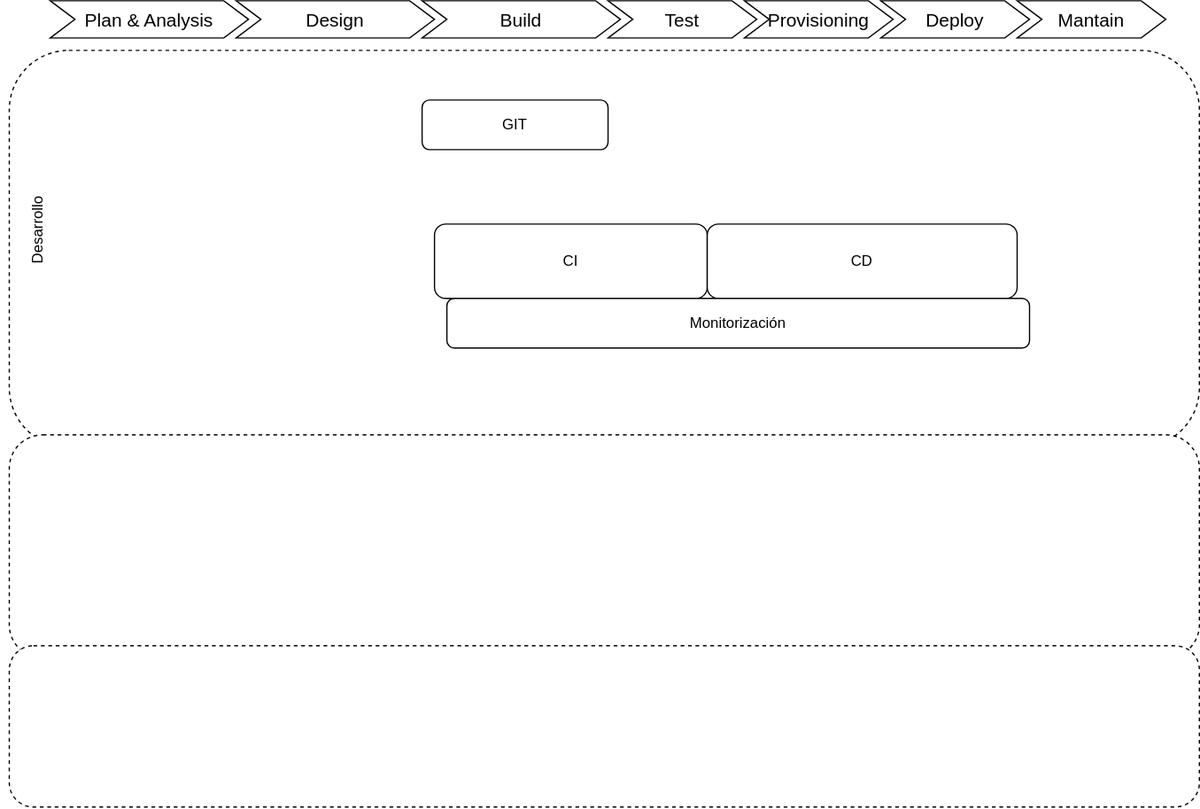
pabpereza/pabpereza keeps this draw.io diagram as blog/devsecops_recomendaciones_2025/devsecops_roadmap_2025.drawio.svg. Above is the earlier version. Source tidied: cells renumbered, new cells last; positions are measured from the earlier drawing's top-left corner, leaving out a move shared by most shapes. The source it was exported from:
```xml
<mxGraphModel>
  <root>
    <mxCell id="0" />
    <mxCell id="1" parent="0" />
    <mxCell id="2" style="rounded=1;whiteSpace=wrap;html=1;dashed=1;align=right;horizontal=1;labelPosition=left;verticalLabelPosition=middle;verticalAlign=middle;" parent="1" vertex="1">
      <mxGeometry x="7" y="40" width="960" height="320" as="geometry" />
    </mxCell>
    <mxCell id="3" value="GIT" style="rounded=1;whiteSpace=wrap;html=1;" parent="1" vertex="1">
      <mxGeometry x="340" y="80" width="150" height="40" as="geometry" />
    </mxCell>
    <mxCell id="4" value="CI" style="rounded=1;whiteSpace=wrap;html=1;" parent="1" vertex="1">
      <mxGeometry x="350" y="180" width="220" height="60" as="geometry" />
    </mxCell>
    <mxCell id="5" value="CD" style="rounded=1;whiteSpace=wrap;html=1;" parent="1" vertex="1">
      <mxGeometry x="570" y="180" width="250" height="60" as="geometry" />
    </mxCell>
    <mxCell id="6" value="Monitorización" style="rounded=1;whiteSpace=wrap;html=1;" parent="1" vertex="1">
      <mxGeometry x="360" y="240" width="470" height="40" as="geometry" />
    </mxCell>
    <mxCell id="7" value="Design" style="shape=step;perimeter=stepPerimeter;whiteSpace=wrap;html=1;fixedSize=1;fontSize=15;" parent="1" vertex="1">
      <mxGeometry x="190" width="160" height="30" as="geometry" />
    </mxCell>
    <mxCell id="8" value="Build" style="shape=step;perimeter=stepPerimeter;whiteSpace=wrap;html=1;fixedSize=1;fontSize=15;" parent="1" vertex="1">
      <mxGeometry x="340" width="160" height="30" as="geometry" />
    </mxCell>
    <mxCell id="9" value="Test" style="shape=step;perimeter=stepPerimeter;whiteSpace=wrap;html=1;fixedSize=1;fontSize=15;" parent="1" vertex="1">
      <mxGeometry x="490" width="120" height="30" as="geometry" />
    </mxCell>
    <mxCell id="10" value="Provisioning" style="shape=step;perimeter=stepPerimeter;whiteSpace=wrap;html=1;fixedSize=1;fontSize=15;" parent="1" vertex="1">
      <mxGeometry x="600" width="120" height="30" as="geometry" />
    </mxCell>
    <mxCell id="11" value="Deploy" style="shape=step;perimeter=stepPerimeter;whiteSpace=wrap;html=1;fixedSize=1;fontSize=15;" parent="1" vertex="1">
      <mxGeometry x="710" width="120" height="30" as="geometry" />
    </mxCell>
    <mxCell id="12" value="Mantain" style="shape=step;perimeter=stepPerimeter;whiteSpace=wrap;html=1;fixedSize=1;fontSize=15;" parent="1" vertex="1">
      <mxGeometry x="820" width="120" height="30" as="geometry" />
    </mxCell>
    <mxCell id="13" value="Plan &amp;amp; Analysis" style="shape=step;perimeter=stepPerimeter;whiteSpace=wrap;html=1;fixedSize=1;fontSize=15;" parent="1" vertex="1">
      <mxGeometry x="40" width="160" height="30" as="geometry" />
    </mxCell>
    <mxCell id="14" value="Desarrollo" style="text;html=1;align=center;verticalAlign=middle;whiteSpace=wrap;rounded=0;horizontal=0;" parent="1" vertex="1">
      <mxGeometry y="170" width="60" height="30" as="geometry" />
    </mxCell>
    <mxCell id="15" style="rounded=1;whiteSpace=wrap;html=1;dashed=1;align=right;horizontal=1;labelPosition=left;verticalLabelPosition=middle;verticalAlign=middle;" parent="1" vertex="1">
      <mxGeometry x="7" y="350" width="960" height="180" as="geometry" />
    </mxCell>
    <mxCell id="16" style="rounded=1;whiteSpace=wrap;html=1;dashed=1;align=right;horizontal=1;labelPosition=left;verticalLabelPosition=middle;verticalAlign=middle;" parent="1" vertex="1">
      <mxGeometry x="7" y="520" width="960" height="130" as="geometry" />
    </mxCell>
  </root>
</mxGraphModel>
```
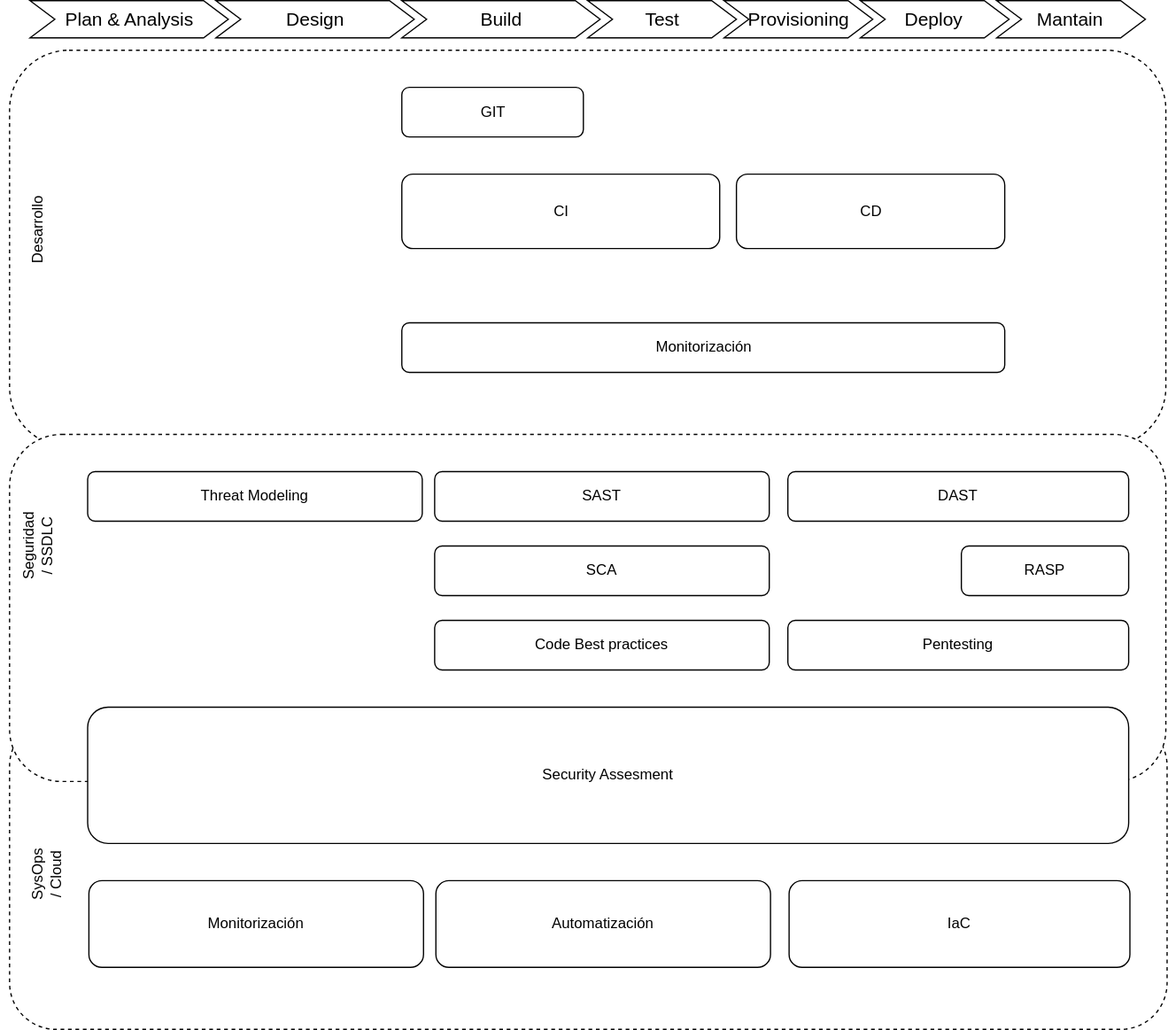
After the change.

Commit message:
DevSecOps diagram

Diff of the diagram source:
```diff
@@ -2,50 +2,89 @@
   <root>
     <mxCell id="0" />
     <mxCell id="1" parent="0" />
+    <mxCell id="16" value="&amp;nbsp;" style="rounded=1;whiteSpace=wrap;html=1;dashed=1;align=right;horizontal=1;labelPosition=left;verticalLabelPosition=middle;verticalAlign=middle;" parent="1" vertex="1">
+      <mxGeometry x="7" y="580" width="934" height="250" as="geometry" />
+    </mxCell>
     <mxCell id="2" style="rounded=1;whiteSpace=wrap;html=1;dashed=1;align=right;horizontal=1;labelPosition=left;verticalLabelPosition=middle;verticalAlign=middle;" parent="1" vertex="1">
-      <mxGeometry x="7" y="40" width="960" height="320" as="geometry" />
+      <mxGeometry x="7" y="40" width="933" height="320" as="geometry" />
     </mxCell>
-    <mxCell id="3" value="GIT" style="rounded=1;whiteSpace=wrap;html=1;" parent="1" vertex="1">
-      <mxGeometry x="340" y="80" width="150" height="40" as="geometry" />
-    </mxCell>
     <mxCell id="4" value="CI" style="rounded=1;whiteSpace=wrap;html=1;" parent="1" vertex="1">
-      <mxGeometry x="350" y="180" width="220" height="60" as="geometry" />
+      <mxGeometry x="323.5" y="140" width="256.5" height="60" as="geometry" />
     </mxCell>
     <mxCell id="5" value="CD" style="rounded=1;whiteSpace=wrap;html=1;" parent="1" vertex="1">
-      <mxGeometry x="570" y="180" width="250" height="60" as="geometry" />
+      <mxGeometry x="593.5" y="140" width="216.5" height="60" as="geometry" />
     </mxCell>
     <mxCell id="6" value="Monitorización" style="rounded=1;whiteSpace=wrap;html=1;" parent="1" vertex="1">
-      <mxGeometry x="360" y="240" width="470" height="40" as="geometry" />
+      <mxGeometry x="323.5" y="260" width="486.5" height="40" as="geometry" />
     </mxCell>
     <mxCell id="7" value="Design" style="shape=step;perimeter=stepPerimeter;whiteSpace=wrap;html=1;fixedSize=1;fontSize=15;" parent="1" vertex="1">
-      <mxGeometry x="190" width="160" height="30" as="geometry" />
+      <mxGeometry x="173.5" width="160" height="30" as="geometry" />
     </mxCell>
     <mxCell id="8" value="Build" style="shape=step;perimeter=stepPerimeter;whiteSpace=wrap;html=1;fixedSize=1;fontSize=15;" parent="1" vertex="1">
-      <mxGeometry x="340" width="160" height="30" as="geometry" />
+      <mxGeometry x="323.5" width="160" height="30" as="geometry" />
     </mxCell>
     <mxCell id="9" value="Test" style="shape=step;perimeter=stepPerimeter;whiteSpace=wrap;html=1;fixedSize=1;fontSize=15;" parent="1" vertex="1">
-      <mxGeometry x="490" width="120" height="30" as="geometry" />
+      <mxGeometry x="473.5" width="120" height="30" as="geometry" />
     </mxCell>
     <mxCell id="10" value="Provisioning" style="shape=step;perimeter=stepPerimeter;whiteSpace=wrap;html=1;fixedSize=1;fontSize=15;" parent="1" vertex="1">
-      <mxGeometry x="600" width="120" height="30" as="geometry" />
+      <mxGeometry x="583.5" width="120" height="30" as="geometry" />
     </mxCell>
     <mxCell id="11" value="Deploy" style="shape=step;perimeter=stepPerimeter;whiteSpace=wrap;html=1;fixedSize=1;fontSize=15;" parent="1" vertex="1">
-      <mxGeometry x="710" width="120" height="30" as="geometry" />
+      <mxGeometry x="693.5" width="120" height="30" as="geometry" />
     </mxCell>
     <mxCell id="12" value="Mantain" style="shape=step;perimeter=stepPerimeter;whiteSpace=wrap;html=1;fixedSize=1;fontSize=15;" parent="1" vertex="1">
-      <mxGeometry x="820" width="120" height="30" as="geometry" />
+      <mxGeometry x="803.5" width="120" height="30" as="geometry" />
     </mxCell>
     <mxCell id="13" value="Plan &amp;amp; Analysis" style="shape=step;perimeter=stepPerimeter;whiteSpace=wrap;html=1;fixedSize=1;fontSize=15;" parent="1" vertex="1">
-      <mxGeometry x="40" width="160" height="30" as="geometry" />
+      <mxGeometry x="23.5" width="160" height="30" as="geometry" />
     </mxCell>
     <mxCell id="14" value="Desarrollo" style="text;html=1;align=center;verticalAlign=middle;whiteSpace=wrap;rounded=0;horizontal=0;" parent="1" vertex="1">
       <mxGeometry y="170" width="60" height="30" as="geometry" />
     </mxCell>
     <mxCell id="15" style="rounded=1;whiteSpace=wrap;html=1;dashed=1;align=right;horizontal=1;labelPosition=left;verticalLabelPosition=middle;verticalAlign=middle;" parent="1" vertex="1">
-      <mxGeometry x="7" y="350" width="960" height="180" as="geometry" />
+      <mxGeometry x="7" y="350" width="933" height="280" as="geometry" />
     </mxCell>
-    <mxCell id="16" style="rounded=1;whiteSpace=wrap;html=1;dashed=1;align=right;horizontal=1;labelPosition=left;verticalLabelPosition=middle;verticalAlign=middle;" parent="1" vertex="1">
-      <mxGeometry x="7" y="520" width="960" height="130" as="geometry" />
-    </mxCell>
+    <mxCell id="17" value="&amp;nbsp;Seguridad / SSDLC" style="text;html=1;align=center;verticalAlign=middle;whiteSpace=wrap;rounded=0;horizontal=0;" parent="1" vertex="1">
+      <mxGeometry y="425" width="60" height="30" as="geometry" />
+    </mxCell>
+    <mxCell id="18" value="SysOps / Cloud" style="text;html=1;align=center;verticalAlign=middle;whiteSpace=wrap;rounded=0;horizontal=0;" parent="1" vertex="1">
+      <mxGeometry x="7" y="690" width="60" height="30" as="geometry" />
+    </mxCell>
+    <mxCell id="3" value="GIT" style="rounded=1;whiteSpace=wrap;html=1;" parent="1" vertex="1">
+      <mxGeometry x="323.5" y="70" width="146.5" height="40" as="geometry" />
+    </mxCell>
+    <mxCell id="19" value="Monitorización" style="rounded=1;whiteSpace=wrap;html=1;" parent="1" vertex="1">
+      <mxGeometry x="71" y="710" width="270" height="70" as="geometry" />
+    </mxCell>
+    <mxCell id="20" value="Automatización" style="rounded=1;whiteSpace=wrap;html=1;" parent="1" vertex="1">
+      <mxGeometry x="351" y="710" width="270" height="70" as="geometry" />
+    </mxCell>
+    <mxCell id="21" value="IaC" style="rounded=1;whiteSpace=wrap;html=1;" parent="1" vertex="1">
+      <mxGeometry x="636" y="710" width="275" height="70" as="geometry" />
+    </mxCell>
+    <mxCell id="22" value="Threat Modeling" style="rounded=1;whiteSpace=wrap;html=1;" parent="1" vertex="1">
+      <mxGeometry x="70" y="380" width="270" height="40" as="geometry" />
+    </mxCell>
+    <mxCell id="23" value="SAST" style="rounded=1;whiteSpace=wrap;html=1;" parent="1" vertex="1">
+      <mxGeometry x="350" y="380" width="270" height="40" as="geometry" />
+    </mxCell>
+    <mxCell id="24" value="SCA" style="rounded=1;whiteSpace=wrap;html=1;" parent="1" vertex="1">
+      <mxGeometry x="350" y="440" width="270" height="40" as="geometry" />
+    </mxCell>
+    <mxCell id="25" value="DAST" style="rounded=1;whiteSpace=wrap;html=1;" parent="1" vertex="1">
+      <mxGeometry x="635" y="380" width="275" height="40" as="geometry" />
+    </mxCell>
+    <mxCell id="26" value="RASP" style="rounded=1;whiteSpace=wrap;html=1;" parent="1" vertex="1">
+      <mxGeometry x="775" y="440" width="135" height="40" as="geometry" />
+    </mxCell>
+    <mxCell id="27" value="Pentesting" style="rounded=1;whiteSpace=wrap;html=1;" parent="1" vertex="1">
+      <mxGeometry x="635" y="500" width="275" height="40" as="geometry" />
+    </mxCell>
+    <mxCell id="28" value="Code Best practices" style="rounded=1;whiteSpace=wrap;html=1;" parent="1" vertex="1">
+      <mxGeometry x="350" y="500" width="270" height="40" as="geometry" />
+    </mxCell>
+    <mxCell id="29" value="Security Assesment" style="rounded=1;whiteSpace=wrap;html=1;" parent="1" vertex="1">
+      <mxGeometry x="70" y="570" width="840" height="110" as="geometry" />
+    </mxCell>
   </root>
 </mxGraphModel>
```
